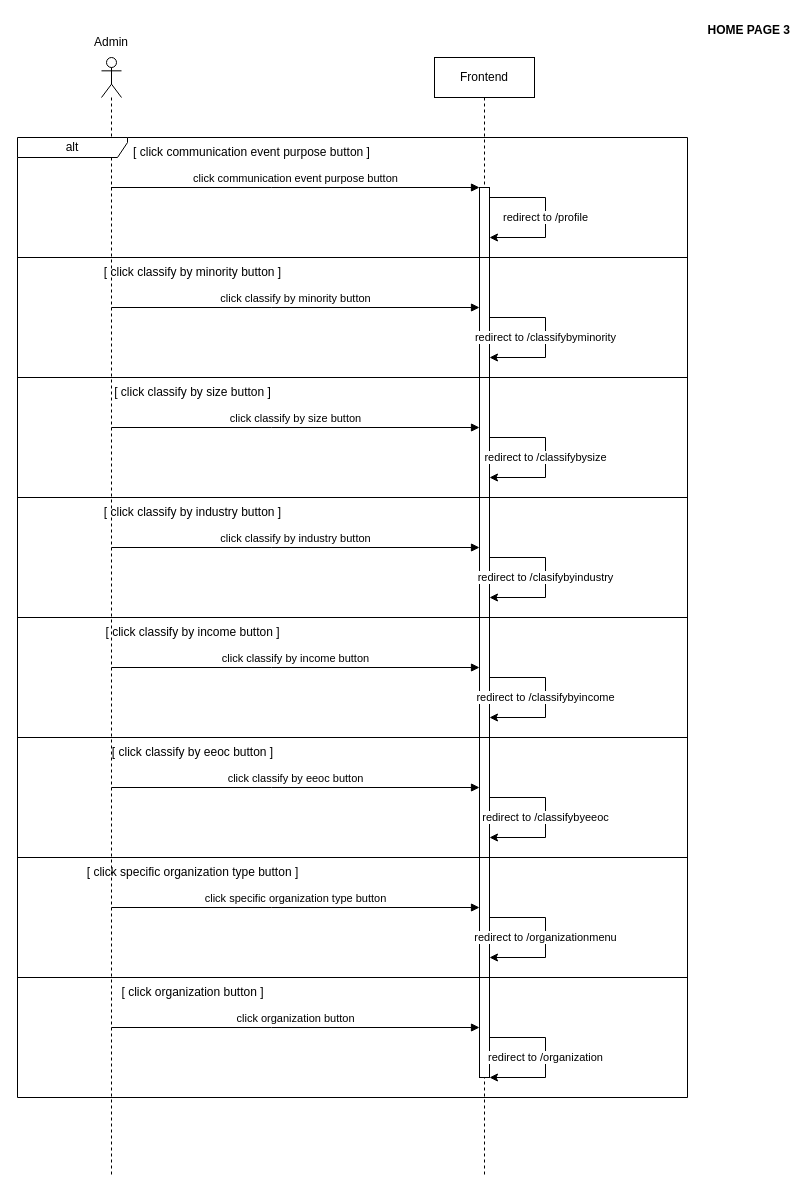
This is page "5 home page" (6 of 14) of docs/artifact/SequentialDiagram/SequentialDiagram.drawio from ssszZ-TH/party_fullstack_docker3, a draw.io file, before an edit. Source tidied: cells renumbered, new cells numbered last; positions are measured from the earlier drawing's top-left corner, leaving out a move shared by most shapes. Both pictures are drawn from the tidied source at 100%, with x=0, y=0 at pixel (17, 17).
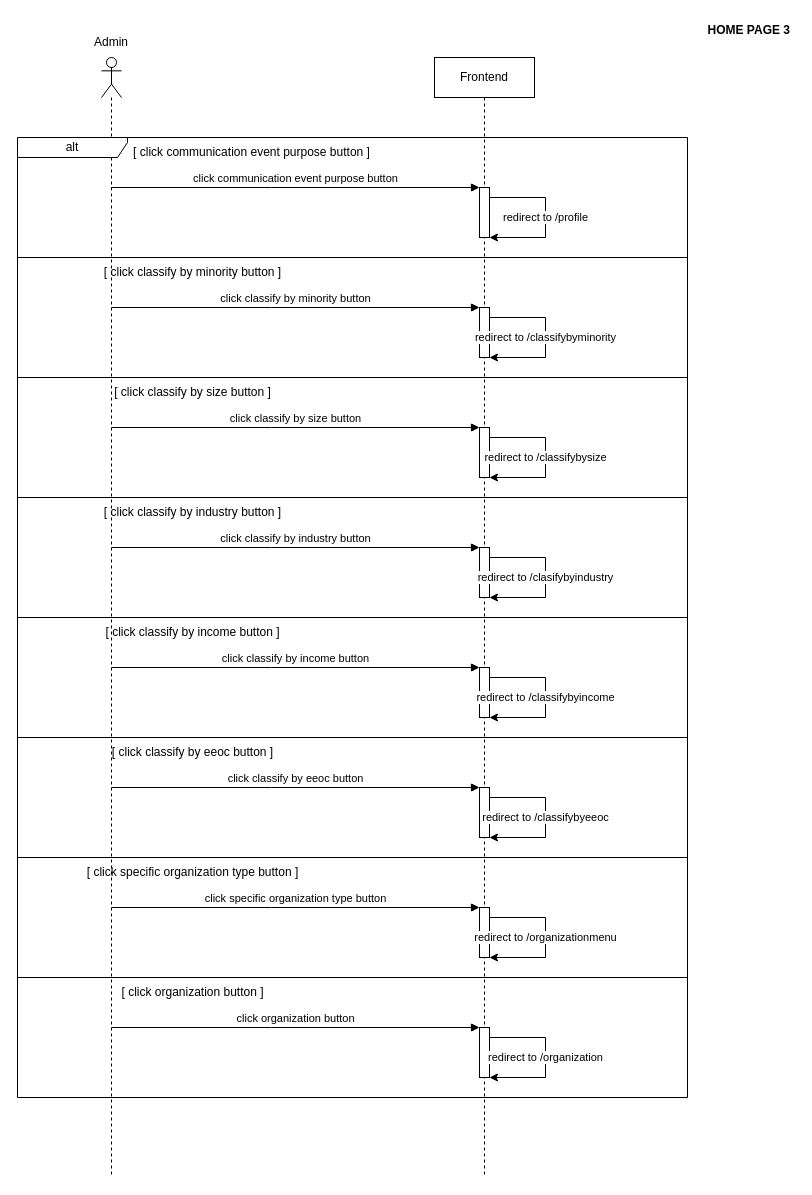
After the change.

Unchanged cells that the change refers to:
```xml
<mxCell id="2" style="shape=umlLifeline;perimeter=lifelinePerimeter;whiteSpace=wrap;html=1;outlineConnect=0;portConstraint=eastwest;newEdgeStyle={&quot;curved&quot;:0,&quot;rounded&quot;:0};participant=umlActor;" parent="1" vertex="1">
  <mxGeometry x="84" y="40" width="20" height="1120" as="geometry" />
</mxCell>
<mxCell id="3" value="Frontend" style="shape=umlLifeline;perimeter=lifelinePerimeter;whiteSpace=wrap;html=1;newEdgeStyle={&quot;curved&quot;:0,&quot;rounded&quot;:0};" parent="1" vertex="1">
  <mxGeometry x="417" y="40" width="100" height="1120" as="geometry" />
</mxCell>
```

What changed in the source:
```diff
@@
-    <mxCell id="4" style="html=1;points=[[0,0,0,0,5],[0,1,0,0,-5],[1,0,0,0,5],[1,1,0,0,-5]];perimeter=orthogonalPerimeter;outlineConnect=0;targetShapes=umlLifeline;portConstraint=eastwest;newEdgeStyle={&quot;curved&quot;:0,&quot;rounded&quot;:0};" parent="3" vertex="1">
-      <mxGeometry x="45" y="130" width="10" height="890" as="geometry" />
-    </mxCell>
@@
+    <mxCell id="39" style="html=1;perimeter=orthogonalPerimeter;targetShapes=umlLifeline;newEdgeStyle={&quot;curved&quot;:0,&quot;rounded&quot;:0};" parent="3" vertex="1">
+      <mxGeometry x="45" y="130" width="10" height="50" as="geometry" />
+    </mxCell>
+    <mxCell id="40" style="html=1;perimeter=orthogonalPerimeter;targetShapes=umlLifeline;newEdgeStyle={&quot;curved&quot;:0,&quot;rounded&quot;:0};" parent="3" vertex="1">
+      <mxGeometry x="45" y="250" width="10" height="50" as="geometry" />
+    </mxCell>
+    <mxCell id="41" style="html=1;perimeter=orthogonalPerimeter;targetShapes=umlLifeline;newEdgeStyle={&quot;curved&quot;:0,&quot;rounded&quot;:0};" parent="3" vertex="1">
+      <mxGeometry x="45" y="370" width="10" height="50" as="geometry" />
+    </mxCell>
+    <mxCell id="42" style="html=1;perimeter=orthogonalPerimeter;targetShapes=umlLifeline;newEdgeStyle={&quot;curved&quot;:0,&quot;rounded&quot;:0};" parent="3" vertex="1">
+      <mxGeometry x="45" y="490" width="10" height="50" as="geometry" />
+    </mxCell>
+    <mxCell id="43" style="html=1;perimeter=orthogonalPerimeter;targetShapes=umlLifeline;newEdgeStyle={&quot;curved&quot;:0,&quot;rounded&quot;:0};" parent="3" vertex="1">
+      <mxGeometry x="45" y="610" width="10" height="50" as="geometry" />
+    </mxCell>
+    <mxCell id="44" style="html=1;perimeter=orthogonalPerimeter;targetShapes=umlLifeline;newEdgeStyle={&quot;curved&quot;:0,&quot;rounded&quot;:0};" parent="3" vertex="1">
+      <mxGeometry x="45" y="730" width="10" height="50" as="geometry" />
+    </mxCell>
+    <mxCell id="45" style="html=1;perimeter=orthogonalPerimeter;targetShapes=umlLifeline;newEdgeStyle={&quot;curved&quot;:0,&quot;rounded&quot;:0};" parent="3" vertex="1">
+      <mxGeometry x="45" y="850" width="10" height="50" as="geometry" />
+    </mxCell>
+    <mxCell id="46" style="html=1;perimeter=orthogonalPerimeter;targetShapes=umlLifeline;newEdgeStyle={&quot;curved&quot;:0,&quot;rounded&quot;:0};" parent="3" vertex="1">
+      <mxGeometry x="45" y="970" width="10" height="50" as="geometry" />
+    </mxCell>
@@
-    <mxCell id="9" value="click communication event purpose button" style="html=1;verticalAlign=bottom;endArrow=block;curved=0;rounded=0;" parent="1" edge="1" source="2" target="4">
+    <mxCell id="9" value="click communication event purpose button" style="html=1;verticalAlign=bottom;endArrow=block;curved=0;rounded=0;" parent="1" edge="1" source="2">
       <mxGeometry relative="1" as="geometry">
+        <mxPoint x="462" y="170" as="targetPoint" />
         <Array as="points">
           <mxPoint x="254" y="170" />
         </Array>
       </mxGeometry>
     </mxCell>
```
